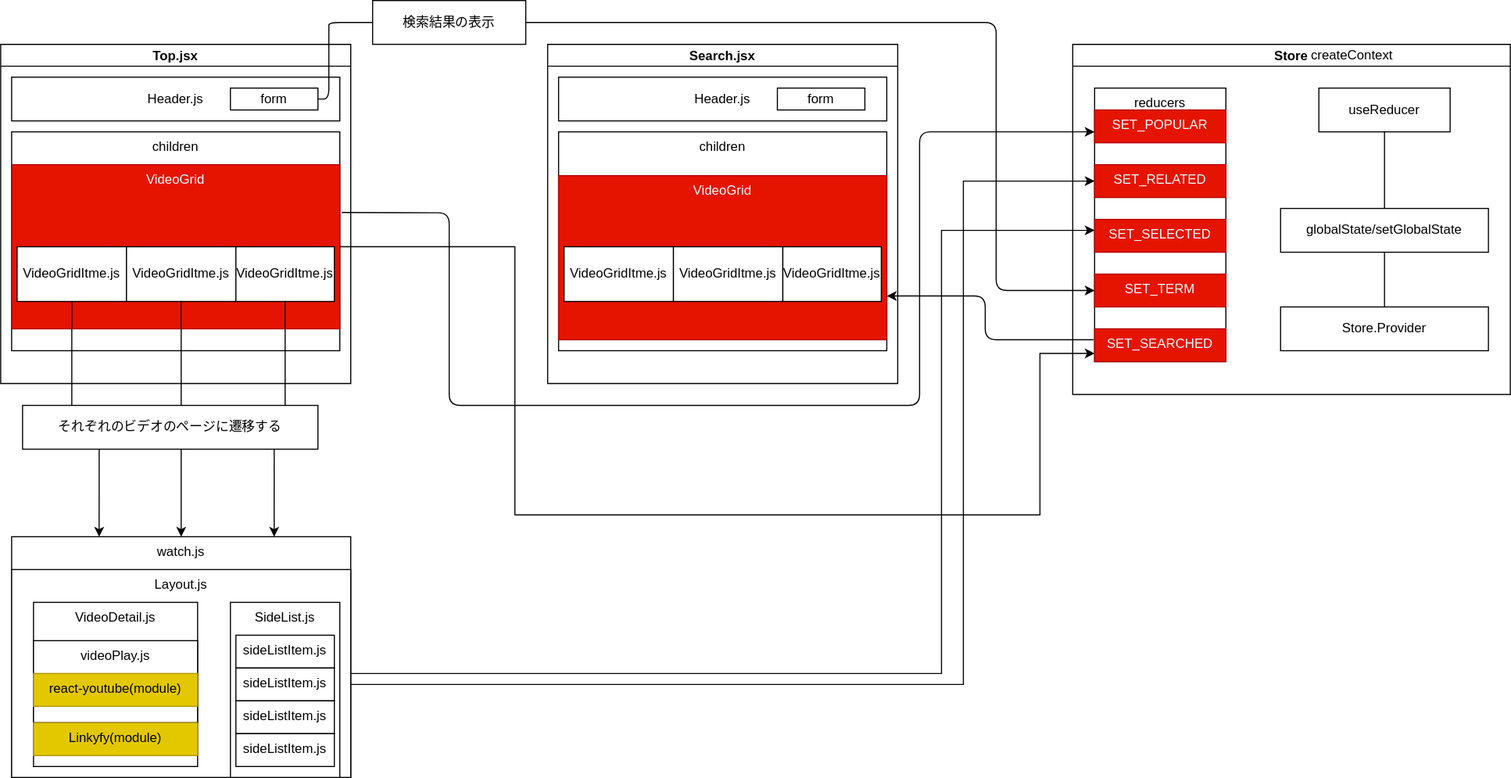
Earlier version of the draw.io export youtube-createContext/component.drawio.svg (awsome-cats/project-design-for-react). Source tidied: cells renumbered, new cells last; positions are measured from the earlier drawing's top-left corner, leaving out a move shared by most shapes.
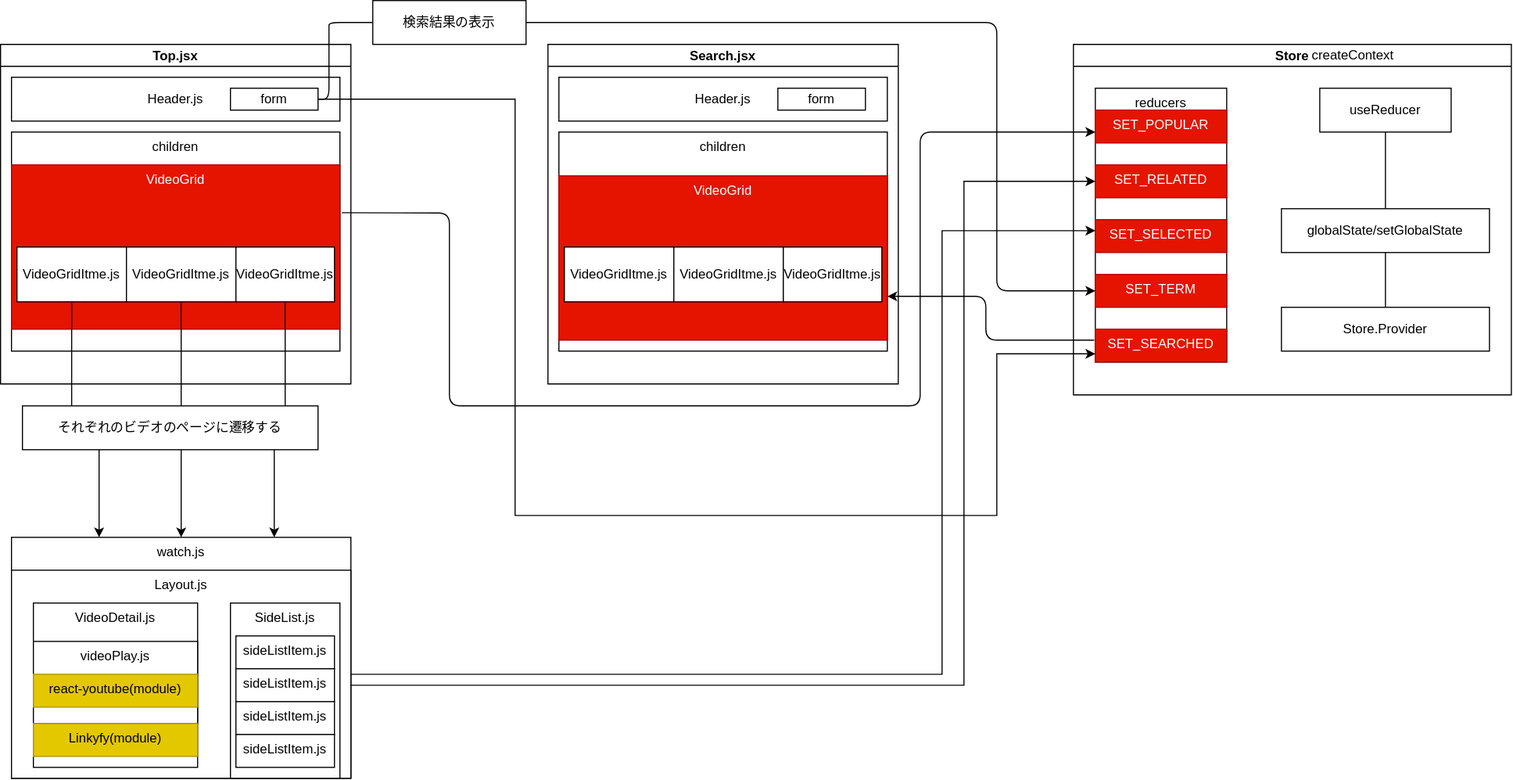
Above is the later version.

What changed in the source:
```diff
@@ -53,13 +53,14 @@
     <mxCell id="18" value="SET_SEARCHED" style="rounded=0;whiteSpace=wrap;html=1;verticalAlign=top;fillColor=#e51400;strokeColor=#B20000;fontColor=#ffffff;" parent="6" vertex="1">
       <mxGeometry x="20" y="260" width="120" height="30" as="geometry" />
     </mxCell>
-    <mxCell id="19" style="edgeStyle=orthogonalEdgeStyle;rounded=0;jettySize=auto;html=1;fontColor=#FFFFFF;entryX=0;entryY=0.75;entryDx=0;entryDy=0;" parent="1" edge="1" source="20" target="18">
+    <mxCell id="19" style="edgeStyle=orthogonalEdgeStyle;rounded=0;jettySize=auto;html=1;fontColor=#FFFFFF;entryX=0;entryY=0.75;entryDx=0;entryDy=0;" parent="1" edge="1" target="18">
       <mxGeometry relative="1" as="geometry">
+        <mxPoint x="290" y="90" as="sourcePoint" />
         <Array as="points">
-          <mxPoint x="470" y="225" />
+          <mxPoint x="470" y="90" />
           <mxPoint x="470" y="470" />
-          <mxPoint x="950" y="470" />
-          <mxPoint x="950" y="323" />
+          <mxPoint x="910" y="470" />
+          <mxPoint x="910" y="322" />
         </Array>
       </mxGeometry>
     </mxCell>
@@ -191,6 +192,7 @@
           <mxPoint x="300" y="20" />
           <mxPoint x="910" y="20" />
           <mxPoint x="910" y="265" />
+          <mxPoint x="950" y="265" />
         </Array>
       </mxGeometry>
     </mxCell>
```
